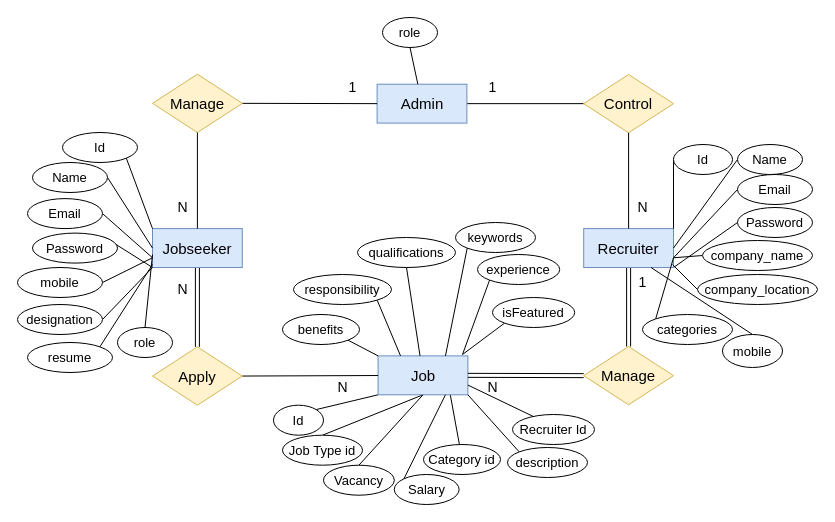
musaddak7/jobportalbd keeps this draw.io diagram as page "Page-10" (10 of 10) of public/uploads/Untitled Diagram.drawio. Above is the earlier version. Source tidied: cells renumbered, new cells numbered last; positions are measured from the earlier drawing's top-left corner, leaving out a move shared by most shapes. Both pictures are drawn from the tidied source at 100%, with x=0, y=0 at pixel (17, 17).
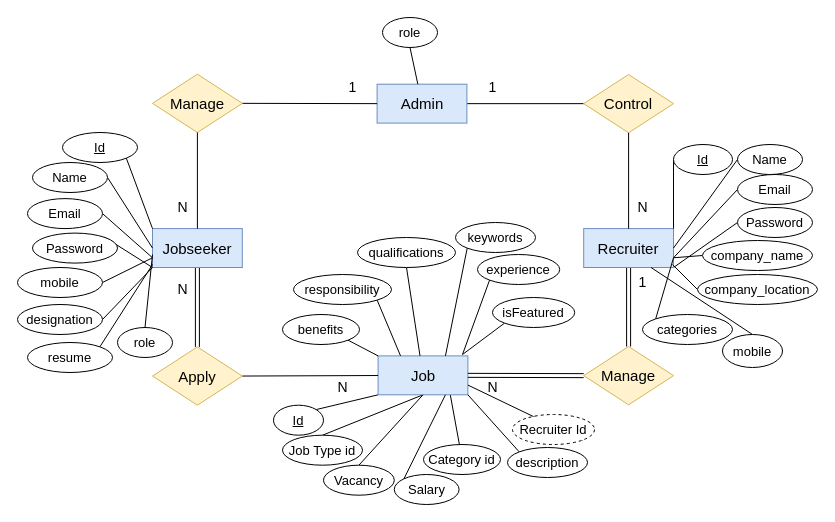
The same diagram, later.

What changed in the source:
```diff
@@
-    <mxCell id="31" value="&lt;font style=&quot;font-size: 13px;&quot;&gt;Id&lt;/font&gt;" style="ellipse;whiteSpace=wrap;html=1;" parent="1" vertex="1">
+    <mxCell id="31" value="&lt;u&gt;&lt;font style=&quot;font-size: 13px;&quot;&gt;Id&lt;/font&gt;&lt;/u&gt;" style="ellipse;whiteSpace=wrap;html=1;" parent="1" vertex="1">
       <mxGeometry x="45" y="115" width="75" height="30" as="geometry" />
     </mxCell>
@@
-    <mxCell id="37" value="&lt;font style=&quot;font-size: 13px;&quot;&gt;Id&lt;/font&gt;" style="ellipse;whiteSpace=wrap;html=1;" parent="1" vertex="1">
+    <mxCell id="37" value="&lt;u&gt;&lt;font style=&quot;font-size: 13px;&quot;&gt;Id&lt;/font&gt;&lt;/u&gt;" style="ellipse;whiteSpace=wrap;html=1;" parent="1" vertex="1">
       <mxGeometry x="656" y="127" width="59" height="30" as="geometry" />
     </mxCell>
@@
-    <mxCell id="42" value="&lt;font style=&quot;font-size: 13px;&quot;&gt;Id&lt;/font&gt;" style="ellipse;whiteSpace=wrap;html=1;" parent="1" vertex="1">
+    <mxCell id="42" value="&lt;u&gt;&lt;font style=&quot;font-size: 13px;&quot;&gt;Id&lt;/font&gt;&lt;/u&gt;" style="ellipse;whiteSpace=wrap;html=1;" parent="1" vertex="1">
       <mxGeometry x="256" y="387.7" width="50" height="30" as="geometry" />
     </mxCell>
@@
-    <mxCell id="46" value="&lt;font style=&quot;font-size: 13px;&quot;&gt;Recruiter Id&lt;/font&gt;" style="ellipse;whiteSpace=wrap;html=1;" parent="1" vertex="1">
+    <mxCell id="46" value="&lt;font style=&quot;font-size: 13px;&quot;&gt;Recruiter Id&lt;/font&gt;" style="ellipse;whiteSpace=wrap;html=1;dashed=1;" parent="1" vertex="1">
       <mxGeometry x="495" y="397" width="82" height="30" as="geometry" />
     </mxCell>
```
